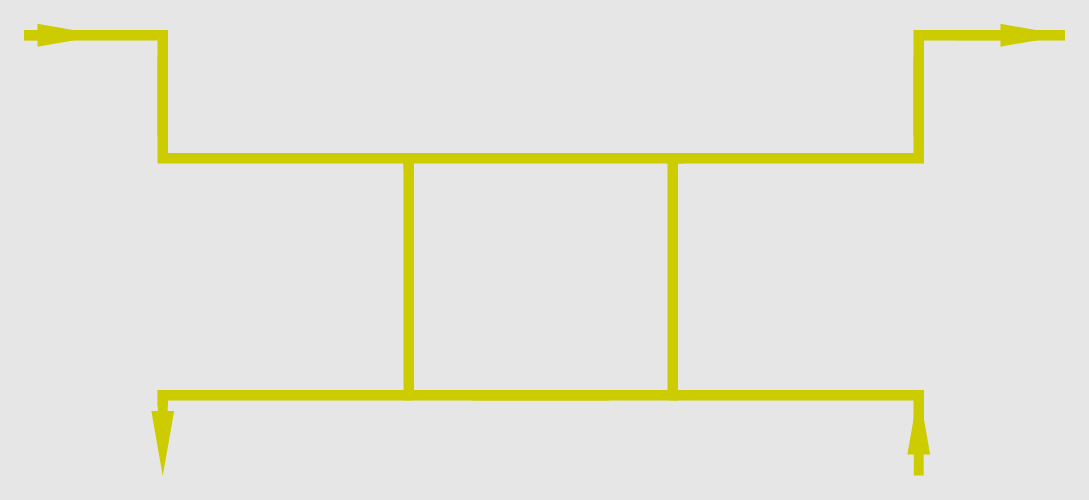
Earlier version of the draw.io diagram page "Страница — 2" (2 of 2) of Диаграмма без названия.drawio (dashkova/datagrams). Source tidied: cells renumbered, new cells numbered last; positions are measured from the earlier drawing's top-left corner, leaving out a move shared by most shapes. Both pictures are drawn from the tidied source at 150%, with x=0, y=0 at pixel (24, -18).
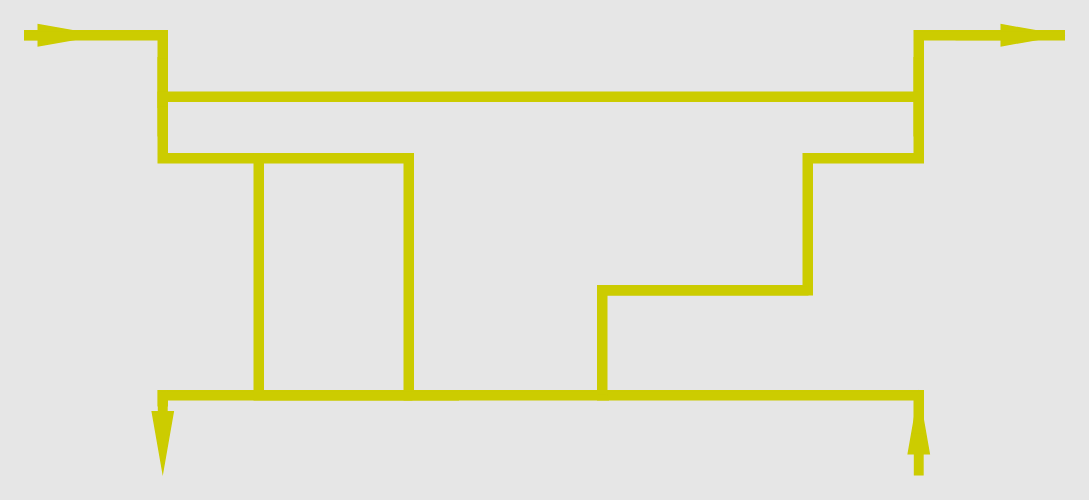
Above is the later version.

Diff of the diagram source:
```diff
@@
 <mxGraphModel background="#E6E6E6">
   <root>
     <mxCell id="0" />
     <mxCell id="1" parent="0" />
     <mxCell id="2" style="html=1;shadow=0;dashed=0;align=center;verticalAlign=middle;shape=mxgraph.arrows2.arrow;dy=0.6;dx=40;direction=north;notch=0;fontSize=16;rotation=90;fillColor=#CCCC00;strokeColor=#CCCC00;" parent="1" vertex="1">
       <mxGeometry x="17.5" y="10.5" width="14" height="49" as="geometry" />
     </mxCell>
     <mxCell id="3" style="shape=corner;whiteSpace=wrap;html=1;fontSize=16;direction=south;dx=6;dy=6;fillColor=#CCCC00;strokeColor=#CCCC00;" parent="1" vertex="1">
       <mxGeometry y="32" width="95" height="70" as="geometry" />
     </mxCell>
     <mxCell id="4" style="shape=corner;whiteSpace=wrap;html=1;fontSize=16;direction=north;dx=6;dy=6;fillColor=#CCCC00;strokeColor=#CCCC00;" parent="1" vertex="1">
       <mxGeometry x="89" y="50" width="164" height="70" as="geometry" />
     </mxCell>
     <mxCell id="5" style="shape=corner;whiteSpace=wrap;html=1;fontSize=16;direction=west;dx=6;dy=6;flipH=1;fillColor=#CCCC00;strokeColor=#CCCC00;" parent="1" vertex="1">
       <mxGeometry x="253" y="114" width="136" height="164" as="geometry" />
     </mxCell>
     <mxCell id="6" style="html=1;shadow=0;dashed=0;align=center;verticalAlign=middle;shape=mxgraph.arrows2.arrow;dy=0.6;dx=40;direction=north;notch=0;fontSize=16;rotation=90;fillColor=#CCCC00;strokeColor=#CCCC00;" parent="1" vertex="1">
       <mxGeometry x="649" width="14" height="70" as="geometry" />
     </mxCell>
     <mxCell id="7" style="shape=corner;whiteSpace=wrap;html=1;fontSize=16;direction=south;dx=6;dy=6;flipH=1;fillColor=#CCCC00;strokeColor=#CCCC00;" parent="1" vertex="1">
       <mxGeometry x="593" y="32" width="100" height="70" as="geometry" />
     </mxCell>
     <mxCell id="8" style="shape=corner;whiteSpace=wrap;html=1;fontSize=16;direction=north;dx=6;dy=6;flipH=1;fillColor=#CCCC00;strokeColor=#CCCC00;" parent="1" vertex="1">
-      <mxGeometry x="435" y="50" width="164" height="70" as="geometry" />
+      <mxGeometry x="522" y="50" width="77" height="70" as="geometry" />
     </mxCell>
     <mxCell id="9" style="shape=corner;whiteSpace=wrap;html=1;fontSize=16;direction=west;dx=6;dy=6;flipH=0;fillColor=#CCCC00;strokeColor=#CCCC00;" parent="1" vertex="1">
-      <mxGeometry x="299" y="114" width="136" height="164" as="geometry" />
+      <mxGeometry x="385" y="114" width="140" height="94" as="geometry" />
     </mxCell>
     <mxCell id="10" style="shape=corner;whiteSpace=wrap;html=1;fontSize=16;direction=north;dx=6;dy=6;flipV=1;fillColor=#CCCC00;strokeColor=#CCCC00;" parent="1" vertex="1">
-      <mxGeometry x="253" y="114" width="186" height="10" as="geometry" />
+      <mxGeometry x="89" y="73" width="506" height="10" as="geometry" />
     </mxCell>
     <mxCell id="11" style="shape=corner;whiteSpace=wrap;html=1;fontSize=16;direction=north;dx=6;dy=6;flipV=1;fillColor=#CCCC00;strokeColor=#CCCC00;" parent="1" vertex="1">
       <mxGeometry x="89" y="272" width="169" height="10" as="geometry" />
     </mxCell>
     <mxCell id="12" style="html=1;shadow=0;dashed=0;align=center;verticalAlign=middle;shape=mxgraph.arrows2.arrow;dy=0.6;dx=40;direction=north;notch=0;fontSize=16;rotation=-180;fillColor=#CCCC00;strokeColor=#CCCC00;" parent="1" vertex="1">
       <mxGeometry x="85" y="272" width="14" height="54" as="geometry" />
     </mxCell>
     <mxCell id="13" style="html=1;shadow=0;dashed=0;align=center;verticalAlign=middle;shape=mxgraph.arrows2.arrow;dy=0.6;dx=40;direction=north;notch=0;fontSize=16;rotation=-180;flipV=1;fillColor=#CCCC00;strokeColor=#CCCC00;" parent="1" vertex="1">
       <mxGeometry x="589" y="274" width="14" height="54" as="geometry" />
     </mxCell>
     <mxCell id="14" style="shape=corner;whiteSpace=wrap;html=1;fontSize=16;direction=north;dx=6;dy=6;flipV=1;flipH=1;fillColor=#CCCC00;strokeColor=#CCCC00;" parent="1" vertex="1">
-      <mxGeometry x="430" y="272" width="169" height="28" as="geometry" />
+      <mxGeometry x="382" y="272" width="217" height="28" as="geometry" />
     </mxCell>
+    <mxCell id="15" style="shape=corner;whiteSpace=wrap;html=1;fontSize=16;direction=east;dx=6;dy=6;flipH=0;fillColor=#CCCC00;strokeColor=#CCCC00;" parent="1" vertex="1">
+      <mxGeometry x="382" y="202" width="140" height="73" as="geometry" />
+    </mxCell>
+    <mxCell id="16" style="shape=corner;whiteSpace=wrap;html=1;fontSize=16;direction=west;dx=6;dy=6;flipH=1;fillColor=#CCCC00;strokeColor=#CCCC00;" parent="1" vertex="1">
+      <mxGeometry x="153" y="114" width="136" height="164" as="geometry" />
+    </mxCell>
   </root>
 </mxGraphModel>
```
